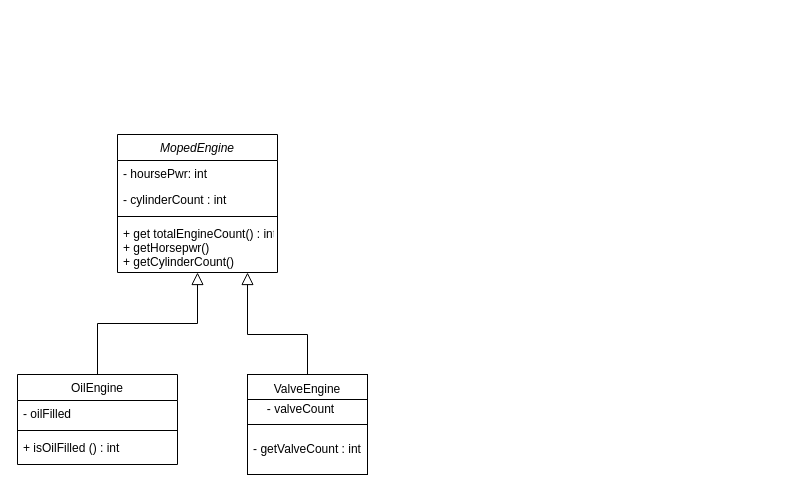
Above: Namnlöst diagram.drawio in madlo5/madlo5 (draw.io), before the change. Source tidied: cells renumbered, new cells numbered last; positions are measured from the earlier drawing's top-left corner, leaving out a move shared by most shapes. Both pictures are drawn from the tidied source at 100%, with x=0, y=0 at pixel (17, 134).
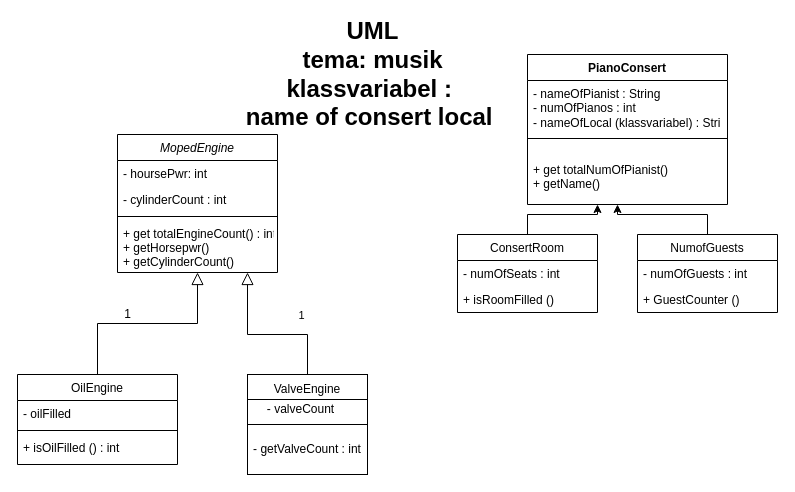
After the change.

Commit message:
Uppdaterad sem

Unchanged cells that the change refers to:
```xml
<mxCell id="8" style="endArrow=block;endSize=10;endFill=0;shadow=0;strokeWidth=1;rounded=0;edgeStyle=elbowEdgeStyle;elbow=vertical;" parent="1" edge="1" target="2">
  <mxGeometry relative="1" as="geometry">
    <mxPoint x="290" y="240" as="sourcePoint" />
    <Array as="points">
      <mxPoint x="230" y="200" />
    </Array>
  </mxGeometry>
</mxCell>
```

The edit, as a diff of the source:
```diff
@@
+    <mxCell id="19" value="1" style="edgeLabel;html=1;align=center;verticalAlign=middle;" parent="8" vertex="1">
+      <mxGeometry x="-0.45" y="-3" relative="1" as="geometry">
+        <mxPoint x="-2" y="-17" as="offset" />
+      </mxGeometry>
+    </mxCell>
@@
+    <mxCell id="20" value="1" style="text;html=1;align=center;verticalAlign=middle;strokeColor=none;fillColor=none;" parent="1" vertex="1">
+      <mxGeometry x="95" y="165" width="30" height="30" as="geometry" />
+    </mxCell>
+    <mxCell id="21" value="PianoConsert" style="swimlane;fontStyle=1;align=center;verticalAlign=top;horizontal=1;startSize=26;" parent="1" vertex="1">
+      <mxGeometry x="510" y="-80" width="200" height="150" as="geometry" />
+    </mxCell>
+    <mxCell id="22" value="- nameOfPianist : String&#10;- numOfPianos : int&#10;- nameOfLocal (klassvariabel) : Stri" style="text;strokeColor=none;fillColor=none;align=left;verticalAlign=top;spacingLeft=4;spacingRight=4;overflow=hidden;whiteSpace=wrap;" parent="21" vertex="1">
+      <mxGeometry y="26" width="200" height="54" as="geometry" />
+    </mxCell>
+    <mxCell id="23" style="line;strokeWidth=1;fillColor=none;align=left;verticalAlign=middle;spacingTop=-1;spacingLeft=3;spacingRight=3;labelPosition=right;strokeColor=inherit;" parent="21" vertex="1">
+      <mxGeometry y="80" width="200" height="8" as="geometry" />
+    </mxCell>
+    <mxCell id="24" value="&#10;+ get totalNumOfPianist()&#10;+ getName()" style="text;strokeColor=none;fillColor=none;align=left;verticalAlign=top;spacingLeft=4;spacingRight=4;overflow=hidden;points=[[0,0.5],[1,0.5]];portConstraint=eastwest;" parent="21" vertex="1">
+      <mxGeometry y="88" width="200" height="62" as="geometry" />
+    </mxCell>
+    <mxCell id="25" style="edgeStyle=orthogonalEdgeStyle;rounded=0;jettySize=auto;html=1;entryX=0.35;entryY=1;entryDx=0;entryDy=0;entryPerimeter=0;" parent="1" edge="1" source="26" target="24">
+      <mxGeometry relative="1" as="geometry" />
+    </mxCell>
+    <mxCell id="26" value="ConsertRoom" style="swimlane;fontStyle=0;horizontal=1;startSize=26;fillColor=none;" parent="1" vertex="1">
+      <mxGeometry x="440" y="100" width="140" height="78" as="geometry" />
+    </mxCell>
+    <mxCell id="27" value="- numOfSeats : int" style="text;strokeColor=none;fillColor=none;align=left;verticalAlign=top;spacingLeft=4;spacingRight=4;overflow=hidden;" parent="26" vertex="1">
+      <mxGeometry y="26" width="140" height="26" as="geometry" />
+    </mxCell>
+    <mxCell id="28" value="+ isRoomFilled () " style="text;strokeColor=none;fillColor=none;align=left;verticalAlign=top;spacingLeft=4;spacingRight=4;overflow=hidden;" parent="26" vertex="1">
+      <mxGeometry y="52" width="140" height="26" as="geometry" />
+    </mxCell>
+    <mxCell id="29" style="edgeStyle=orthogonalEdgeStyle;rounded=0;jettySize=auto;html=1;entryX=0.45;entryY=1;entryDx=0;entryDy=0;entryPerimeter=0;" parent="1" edge="1" source="30" target="24">
+      <mxGeometry relative="1" as="geometry" />
+    </mxCell>
+    <mxCell id="30" value="NumofGuests" style="swimlane;fontStyle=0;horizontal=1;startSize=26;fillColor=none;" parent="1" vertex="1">
+      <mxGeometry x="620" y="100" width="140" height="78" as="geometry" />
+    </mxCell>
+    <mxCell id="31" value="- numOfGuests : int" style="text;strokeColor=none;fillColor=none;align=left;verticalAlign=top;spacingLeft=4;spacingRight=4;overflow=hidden;" parent="30" vertex="1">
+      <mxGeometry y="26" width="140" height="26" as="geometry" />
+    </mxCell>
+    <mxCell id="32" value="+ GuestCounter ()" style="text;strokeColor=none;fillColor=none;align=left;verticalAlign=top;spacingLeft=4;spacingRight=4;overflow=hidden;" parent="30" vertex="1">
+      <mxGeometry y="52" width="140" height="26" as="geometry" />
+    </mxCell>
+    <mxCell id="33" value="UML&lt;br&gt;&amp;nbsp;tema:&amp;nbsp;musik&amp;nbsp;&lt;br&gt;klassvariabel :&amp;nbsp;&lt;br&gt;name of consert local&amp;nbsp;" style="text;strokeColor=none;fillColor=none;html=1;fontSize=24;fontStyle=1;verticalAlign=middle;align=center;" parent="1" vertex="1">
+      <mxGeometry x="270" y="-100" width="170" height="80" as="geometry" />
+    </mxCell>
```
